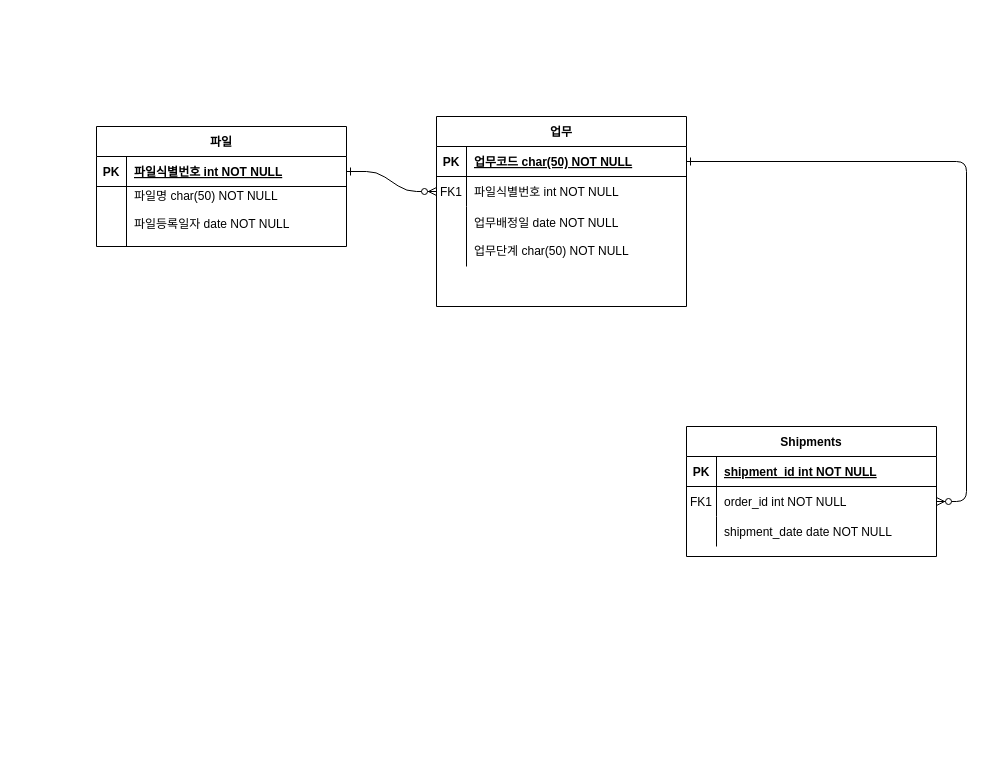
Earlier version of the draw.io diagram page "Page-1" (1 of 2) of core_ERD.drawio (corrvax/toby). Source tidied: cells renumbered, new cells numbered last; positions are measured from the earlier drawing's top-left corner, leaving out a move shared by most shapes. Both pictures are drawn from the tidied source at 100%, with x=0, y=0 at pixel (96, 116).
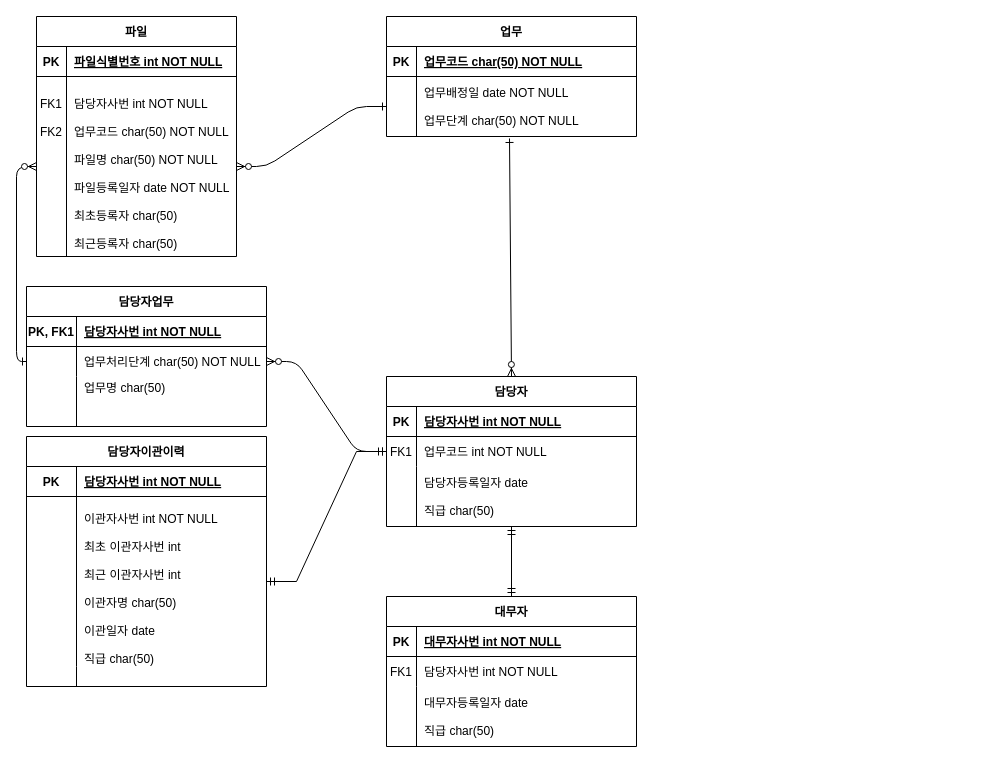
The same page after the edit.

The change refers to these unchanged cells:
```xml
<mxCell id="5" style="shape=partialRectangle;fillColor=none;points=[[0,0.5],[1,0.5]];portConstraint=eastwest;top=0;left=0;right=0;bottom=1;" parent="4" vertex="1">
  <mxGeometry y="30" width="250" height="30" as="geometry" />
</mxCell>
<mxCell id="15" style="shape=partialRectangle;fillColor=none;top=0;left=0;right=0;bottom=1;" parent="14" vertex="1">
  <mxGeometry y="30" width="250" height="30" as="geometry" />
</mxCell>
<mxCell id="18" style="shape=partialRectangle;fillColor=none;points=[[0,0.5],[1,0.5]];portConstraint=eastwest;top=0;left=0;right=0;bottom=0;" parent="14" vertex="1">
  <mxGeometry y="60" width="250" height="30" as="geometry" />
</mxCell>
```

Change to the diagram source:
```diff
@@
-    <mxCell id="2" style="edgeStyle=entityRelationEdgeStyle;endArrow=ERzeroToMany;startArrow=ERone;endFill=1;startFill=0;" parent="1" edge="1" source="25" target="8">
-      <mxGeometry relative="1" as="geometry" />
-    </mxCell>
-    <mxCell id="3" style="edgeStyle=entityRelationEdgeStyle;endArrow=ERzeroToMany;startArrow=ERone;endFill=1;startFill=0;" parent="1" edge="1" source="5" target="18">
+    <mxCell id="3" style="endArrow=ERzeroToMany;startArrow=ERone;endFill=1;startFill=0;exitX=0.492;exitY=1.033;exitDx=0;exitDy=0;exitPerimeter=0;entryX=0.5;entryY=0;entryDx=0;entryDy=0;" parent="1" edge="1" source="8" target="14">
       <mxGeometry relative="1" as="geometry" />
     </mxCell>
     <mxCell id="4" value="업무" style="shape=table;startSize=30;childLayout=tableLayout;rowLines=0;fontStyle=1;align=center;" parent="1" vertex="1">
-      <mxGeometry x="340" width="250" height="190" as="geometry" />
+      <mxGeometry x="290" y="-100" width="250" height="120" as="geometry" />
     </mxCell>
@@
     <mxCell id="8" style="shape=partialRectangle;fillColor=none;points=[[0,0.5],[1,0.5]];portConstraint=eastwest;top=0;left=0;right=0;bottom=0;" parent="4" vertex="1">
-      <mxGeometry y="60" width="250" height="30" as="geometry" />
+      <mxGeometry y="60" width="250" height="60" as="geometry" />
     </mxCell>
-    <mxCell id="9" value="FK1" style="shape=partialRectangle;overflow=hidden;fillColor=none;top=0;left=0;bottom=0;right=0;" parent="8" vertex="1">
-      <mxGeometry width="30" height="30" as="geometry" />
+    <mxCell id="9" style="shape=partialRectangle;overflow=hidden;fillColor=none;top=0;left=0;bottom=0;right=0;" parent="8" vertex="1">
+      <mxGeometry width="30" height="60" as="geometry" />
     </mxCell>
-    <mxCell id="10" value="파일식별번호 int NOT NULL" style="shape=partialRectangle;overflow=hidden;fillColor=none;top=0;left=0;bottom=0;right=0;align=left;spacingLeft=6;" parent="8" vertex="1">
-      <mxGeometry x="30" width="220" height="30" as="geometry" />
+    <mxCell id="10" value="업무배정일 date NOT NULL&#10;&#10;업무단계 char(50) NOT NULL" style="shape=partialRectangle;overflow=hidden;fillColor=none;top=0;left=0;bottom=0;right=0;align=left;spacingLeft=6;" parent="8" vertex="1">
+      <mxGeometry x="30" width="220" height="60" as="geometry" />
     </mxCell>
-    <mxCell id="11" style="shape=partialRectangle;fillColor=none;top=0;left=0;right=0;bottom=0;" parent="4" vertex="1">
-      <mxGeometry y="90" width="250" height="60" as="geometry" />
-    </mxCell>
-    <mxCell id="12" style="shape=partialRectangle;overflow=hidden;fillColor=none;top=0;left=0;bottom=0;right=0;" parent="11" vertex="1">
-      <mxGeometry width="30" height="60" as="geometry" />
-    </mxCell>
-    <mxCell id="13" value="업무배정일 date NOT NULL&#10;&#10;업무단계 char(50) NOT NULL" style="shape=partialRectangle;overflow=hidden;fillColor=none;top=0;left=0;bottom=0;right=0;align=left;spacingLeft=6;" parent="11" vertex="1">
-      <mxGeometry x="30" width="220" height="60" as="geometry" />
-    </mxCell>
-    <mxCell id="14" value="Shipments" style="shape=table;startSize=30;childLayout=tableLayout;rowLines=0;fontStyle=1;align=center;" parent="1" vertex="1">
-      <mxGeometry x="590" y="310" width="250" height="130" as="geometry" />
+    <mxCell id="14" value="담당자" style="shape=table;startSize=30;childLayout=tableLayout;rowLines=0;fontStyle=1;align=center;" parent="1" vertex="1">
+      <mxGeometry x="290" y="260" width="250" height="150" as="geometry" />
     </mxCell>
@@
-    <mxCell id="17" value="shipment_id int NOT NULL " style="shape=partialRectangle;overflow=hidden;fillColor=none;top=0;left=0;bottom=0;right=0;align=left;spacingLeft=6;fontStyle=5;" parent="15" vertex="1">
+    <mxCell id="17" value="담당자사번 int NOT NULL " style="shape=partialRectangle;overflow=hidden;fillColor=none;top=0;left=0;bottom=0;right=0;align=left;spacingLeft=6;fontStyle=5;" parent="15" vertex="1">
       <mxGeometry x="30" width="220" height="30" as="geometry" />
     </mxCell>
@@
-    <mxCell id="20" value="order_id int NOT NULL" style="shape=partialRectangle;overflow=hidden;fillColor=none;top=0;left=0;bottom=0;right=0;align=left;spacingLeft=6;" parent="18" vertex="1">
+    <mxCell id="20" value="업무코드 int NOT NULL" style="shape=partialRectangle;overflow=hidden;fillColor=none;top=0;left=0;bottom=0;right=0;align=left;spacingLeft=6;" parent="18" vertex="1">
       <mxGeometry x="30" width="220" height="30" as="geometry" />
     </mxCell>
     <mxCell id="21" style="shape=partialRectangle;fillColor=none;points=[[0,0.5],[1,0.5]];portConstraint=eastwest;top=0;left=0;right=0;bottom=0;" parent="14" vertex="1">
-      <mxGeometry y="90" width="250" height="30" as="geometry" />
+      <mxGeometry y="90" width="250" height="60" as="geometry" />
     </mxCell>
     <mxCell id="22" style="shape=partialRectangle;overflow=hidden;fillColor=none;top=0;left=0;bottom=0;right=0;" parent="21" vertex="1">
-      <mxGeometry width="30" height="30" as="geometry" />
+      <mxGeometry width="30" height="60" as="geometry" />
     </mxCell>
-    <mxCell id="23" value="shipment_date date NOT NULL" style="shape=partialRectangle;overflow=hidden;fillColor=none;top=0;left=0;bottom=0;right=0;align=left;spacingLeft=6;" parent="21" vertex="1">
-      <mxGeometry x="30" width="220" height="30" as="geometry" />
+    <mxCell id="23" value="담당자등록일자 date &#10;&#10;직급 char(50)" style="shape=partialRectangle;overflow=hidden;fillColor=none;top=0;left=0;bottom=0;right=0;align=left;spacingLeft=6;" parent="21" vertex="1">
+      <mxGeometry x="30" width="220" height="60" as="geometry" />
     </mxCell>
     <mxCell id="24" value="파일" style="shape=table;startSize=30;childLayout=tableLayout;rowLines=0;fontStyle=1;align=center;" parent="1" vertex="1">
-      <mxGeometry y="10" width="250" height="120" as="geometry" />
+      <mxGeometry x="-60" y="-100" width="200" height="240" as="geometry" />
     </mxCell>
     <mxCell id="25" style="shape=partialRectangle;fillColor=none;points=[[0,0.5],[1,0.5]];portConstraint=eastwest;top=0;left=0;right=0;bottom=1;" parent="24" vertex="1">
-      <mxGeometry y="30" width="250" height="30" as="geometry" />
+      <mxGeometry y="30" width="200" height="30" as="geometry" />
     </mxCell>
@@
     <mxCell id="27" value="파일식별번호 int NOT NULL" style="shape=partialRectangle;overflow=hidden;fillColor=none;top=0;left=0;bottom=0;right=0;align=left;spacingLeft=6;fontStyle=5;" parent="25" vertex="1">
-      <mxGeometry x="30" width="220" height="30" as="geometry" />
+      <mxGeometry x="30" width="170" height="30" as="geometry" />
     </mxCell>
     <mxCell id="28" style="shape=partialRectangle;fillColor=none;points=[[0,0.5],[1,0.5]];portConstraint=eastwest;top=0;left=0;right=0;bottom=0;" parent="24" vertex="1">
-      <mxGeometry y="60" width="250" height="60" as="geometry" />
+      <mxGeometry y="60" width="200" height="180" as="geometry" />
     </mxCell>
-    <mxCell id="29" style="shape=partialRectangle;overflow=hidden;fillColor=none;top=0;left=0;bottom=0;right=0;" parent="28" vertex="1">
-      <mxGeometry width="30" height="60" as="geometry" />
+    <mxCell id="29" value="FK1&#10;&#10;FK2&#10;&#10;&#10;&#10;&#10;&#10;&#10;" style="shape=partialRectangle;overflow=hidden;fillColor=none;top=0;left=0;bottom=0;right=0;" parent="28" vertex="1">
+      <mxGeometry width="30" height="180" as="geometry" />
     </mxCell>
-    <mxCell id="30" value="파일명 char(50) NOT NULL&#10;&#10;파일등록일자 date NOT NULL&#10;" style="shape=partialRectangle;overflow=hidden;fillColor=none;top=0;left=0;bottom=0;right=0;align=left;spacingLeft=6;" parent="28" vertex="1">
-      <mxGeometry x="30" width="220" height="60" as="geometry" />
+    <mxCell id="30" value="&#10;담당자사번 int NOT NULL&#10;&#10;업무코드 char(50) NOT NULL&#10;&#10;파일명 char(50) NOT NULL&#10;&#10;파일등록일자 date NOT NULL&#10;&#10;최초등록자 char(50) &#10;&#10;최근등록자 char(50)" style="shape=partialRectangle;overflow=hidden;fillColor=none;top=0;left=0;bottom=0;right=0;align=left;spacingLeft=6;" parent="28" vertex="1">
+      <mxGeometry x="30" width="170" height="180" as="geometry" />
     </mxCell>
+    <mxCell id="2" style="edgeStyle=entityRelationEdgeStyle;endArrow=ERzeroToMany;startArrow=ERone;endFill=1;startFill=0;entryX=1;entryY=0.5;entryDx=0;entryDy=0;exitX=0;exitY=0.5;exitDx=0;exitDy=0;" parent="1" edge="1" source="8" target="28">
+      <mxGeometry relative="1" as="geometry" />
+    </mxCell>
+    <mxCell id="31" value="담당자업무" style="shape=table;startSize=30;childLayout=tableLayout;rowLines=0;fontStyle=1;align=center;" parent="1" vertex="1">
+      <mxGeometry x="-70" y="170" width="240" height="140" as="geometry" />
+    </mxCell>
+    <mxCell id="32" style="shape=partialRectangle;fillColor=none;top=0;left=0;right=0;bottom=1;" parent="31" vertex="1">
+      <mxGeometry y="30" width="240" height="30" as="geometry" />
+    </mxCell>
+    <mxCell id="33" value="PK, FK1" style="shape=partialRectangle;overflow=hidden;fillColor=none;top=0;left=0;bottom=0;right=0;fontStyle=1;" parent="32" vertex="1">
+      <mxGeometry width="50" height="30" as="geometry" />
+    </mxCell>
+    <mxCell id="34" value="담당자사번 int NOT NULL " style="shape=partialRectangle;overflow=hidden;fillColor=none;top=0;left=0;bottom=0;right=0;align=left;spacingLeft=6;fontStyle=5;" parent="32" vertex="1">
+      <mxGeometry x="50" width="190" height="30" as="geometry" />
+    </mxCell>
+    <mxCell id="35" style="shape=partialRectangle;fillColor=none;points=[[0,0.5],[1,0.5]];portConstraint=eastwest;top=0;left=0;right=0;bottom=0;" parent="31" vertex="1">
+      <mxGeometry y="60" width="240" height="30" as="geometry" />
+    </mxCell>
+    <mxCell id="36" style="shape=partialRectangle;overflow=hidden;fillColor=none;top=0;left=0;bottom=0;right=0;" parent="35" vertex="1">
+      <mxGeometry width="50" height="30" as="geometry" />
+    </mxCell>
+    <mxCell id="37" value="업무처리단계 char(50) NOT NULL" style="shape=partialRectangle;overflow=hidden;fillColor=none;top=0;left=0;bottom=0;right=0;align=left;spacingLeft=6;" parent="35" vertex="1">
+      <mxGeometry x="50" width="190" height="30" as="geometry" />
+    </mxCell>
+    <mxCell id="38" style="shape=partialRectangle;fillColor=none;top=0;left=0;right=0;bottom=0;" parent="31" vertex="1">
+      <mxGeometry y="90" width="240" height="50" as="geometry" />
+    </mxCell>
+    <mxCell id="39" style="shape=partialRectangle;overflow=hidden;fillColor=none;top=0;left=0;bottom=0;right=0;" parent="38" vertex="1">
+      <mxGeometry width="50" height="50" as="geometry" />
+    </mxCell>
+    <mxCell id="40" value="업무명 char(50) &#10;&#10;" style="shape=partialRectangle;overflow=hidden;fillColor=none;top=0;left=0;bottom=0;right=0;align=left;spacingLeft=6;" parent="38" vertex="1">
+      <mxGeometry x="50" width="190" height="50" as="geometry" />
+    </mxCell>
+    <mxCell id="41" style="edgeStyle=entityRelationEdgeStyle;endArrow=ERzeroToMany;startArrow=ERone;endFill=1;startFill=0;entryX=1;entryY=0.5;entryDx=0;entryDy=0;exitX=0;exitY=0.5;exitDx=0;exitDy=0;" parent="1" edge="1" source="18" target="35">
+      <mxGeometry relative="1" as="geometry" />
+    </mxCell>
+    <mxCell id="42" style="edgeStyle=orthogonalEdgeStyle;endArrow=ERzeroToMany;startArrow=ERone;endFill=1;startFill=0;exitX=0;exitY=0.5;exitDx=0;exitDy=0;entryX=0;entryY=0.5;entryDx=0;entryDy=0;" parent="1" edge="1" source="35" target="28">
+      <mxGeometry relative="1" as="geometry" />
+    </mxCell>
+    <mxCell id="43" value="대무자" style="shape=table;startSize=30;childLayout=tableLayout;rowLines=0;fontStyle=1;align=center;" parent="1" vertex="1">
+      <mxGeometry x="290" y="480" width="250" height="150" as="geometry" />
+    </mxCell>
+    <mxCell id="44" style="shape=partialRectangle;fillColor=none;top=0;left=0;right=0;bottom=1;" parent="43" vertex="1">
+      <mxGeometry y="30" width="250" height="30" as="geometry" />
+    </mxCell>
+    <mxCell id="45" value="PK" style="shape=partialRectangle;overflow=hidden;fillColor=none;top=0;left=0;bottom=0;right=0;fontStyle=1;" parent="44" vertex="1">
+      <mxGeometry width="30" height="30" as="geometry" />
+    </mxCell>
+    <mxCell id="46" value="대무자사번 int NOT NULL " style="shape=partialRectangle;overflow=hidden;fillColor=none;top=0;left=0;bottom=0;right=0;align=left;spacingLeft=6;fontStyle=5;" parent="44" vertex="1">
+      <mxGeometry x="30" width="220" height="30" as="geometry" />
+    </mxCell>
+    <mxCell id="47" style="shape=partialRectangle;fillColor=none;top=0;left=0;right=0;bottom=0;" parent="43" vertex="1">
+      <mxGeometry y="60" width="250" height="30" as="geometry" />
+    </mxCell>
+    <mxCell id="48" value="FK1" style="shape=partialRectangle;overflow=hidden;fillColor=none;top=0;left=0;bottom=0;right=0;" parent="47" vertex="1">
+      <mxGeometry width="30" height="30" as="geometry" />
+    </mxCell>
+    <mxCell id="49" value="담당자사번 int NOT NULL" style="shape=partialRectangle;overflow=hidden;fillColor=none;top=0;left=0;bottom=0;right=0;align=left;spacingLeft=6;" parent="47" vertex="1">
+      <mxGeometry x="30" width="220" height="30" as="geometry" />
+    </mxCell>
+    <mxCell id="11" style="shape=partialRectangle;fillColor=none;top=0;left=0;right=0;bottom=0;" parent="43" vertex="1">
+      <mxGeometry y="90" width="250" height="60" as="geometry" />
+    </mxCell>
+    <mxCell id="12" style="shape=partialRectangle;overflow=hidden;fillColor=none;top=0;left=0;bottom=0;right=0;" parent="11" vertex="1">
+      <mxGeometry width="30" height="60" as="geometry" />
+    </mxCell>
+    <mxCell id="50" value="대무자등록일자 date &#10;&#10;직급 char(50)" style="shape=partialRectangle;overflow=hidden;fillColor=none;top=0;left=0;bottom=0;right=0;align=left;spacingLeft=6;" parent="11" vertex="1">
+      <mxGeometry x="30" width="220" height="60" as="geometry" />
+    </mxCell>
+    <mxCell id="51" style="fontSize=12;html=1;endArrow=ERmandOne;startArrow=ERmandOne;rounded=0;exitX=0.5;exitY=0;exitDx=0;exitDy=0;" parent="1" edge="1" source="43" target="21">
+      <mxGeometry relative="1" as="geometry" />
+    </mxCell>
+    <mxCell id="52" value="담당자이관이력" style="shape=table;startSize=30;childLayout=tableLayout;rowLines=0;fontStyle=1;align=center;" parent="1" vertex="1">
+      <mxGeometry x="-70" y="320" width="240" height="250" as="geometry" />
+    </mxCell>
+    <mxCell id="53" style="shape=partialRectangle;fillColor=none;top=0;left=0;right=0;bottom=1;" parent="52" vertex="1">
+      <mxGeometry y="30" width="240" height="30" as="geometry" />
+    </mxCell>
+    <mxCell id="54" value="PK" style="shape=partialRectangle;overflow=hidden;fillColor=none;top=0;left=0;bottom=0;right=0;fontStyle=1;" parent="53" vertex="1">
+      <mxGeometry width="50" height="30" as="geometry" />
+    </mxCell>
+    <mxCell id="55" value="담당자사번 int NOT NULL " style="shape=partialRectangle;overflow=hidden;fillColor=none;top=0;left=0;bottom=0;right=0;align=left;spacingLeft=6;fontStyle=5;" parent="53" vertex="1">
+      <mxGeometry x="50" width="190" height="30" as="geometry" />
+    </mxCell>
+    <mxCell id="56" style="shape=partialRectangle;fillColor=none;points=[[0,0.5],[1,0.5]];portConstraint=eastwest;top=0;left=0;right=0;bottom=0;" parent="52" vertex="1">
+      <mxGeometry y="60" width="240" height="170" as="geometry" />
+    </mxCell>
+    <mxCell id="57" style="shape=partialRectangle;overflow=hidden;fillColor=none;top=0;left=0;bottom=0;right=0;" parent="56" vertex="1">
+      <mxGeometry width="50" height="170" as="geometry" />
+    </mxCell>
+    <mxCell id="58" value="&#10;이관자사번 int NOT NULL&#10;&#10;최초 이관자사번 int&#10;&#10;최근 이관자사번 int&#10;&#10;이관자명 char(50) &#10;&#10;이관일자 date&#10;&#10;직급 char(50)" style="shape=partialRectangle;overflow=hidden;fillColor=none;top=0;left=0;bottom=0;right=0;align=left;spacingLeft=6;" parent="56" vertex="1">
+      <mxGeometry x="50" width="190" height="170" as="geometry" />
+    </mxCell>
+    <mxCell id="59" style="shape=partialRectangle;fillColor=none;top=0;left=0;right=0;bottom=0;" parent="52" vertex="1">
+      <mxGeometry y="230" width="240" height="20" as="geometry" />
+    </mxCell>
+    <mxCell id="60" style="shape=partialRectangle;overflow=hidden;fillColor=none;top=0;left=0;bottom=0;right=0;" parent="59" vertex="1">
+      <mxGeometry width="50" height="20" as="geometry" />
+    </mxCell>
+    <mxCell id="61" style="shape=partialRectangle;overflow=hidden;fillColor=none;top=0;left=0;bottom=0;right=0;align=left;spacingLeft=6;" parent="59" vertex="1">
+      <mxGeometry x="50" width="190" height="20" as="geometry" />
+    </mxCell>
+    <mxCell id="62" style="edgeStyle=entityRelationEdgeStyle;fontSize=12;html=1;endArrow=ERmandOne;startArrow=ERmandOne;rounded=0;exitX=1;exitY=0.5;exitDx=0;exitDy=0;entryX=0;entryY=0.5;entryDx=0;entryDy=0;" parent="1" edge="1" source="56" target="18">
+      <mxGeometry relative="1" as="geometry" />
+    </mxCell>
```
